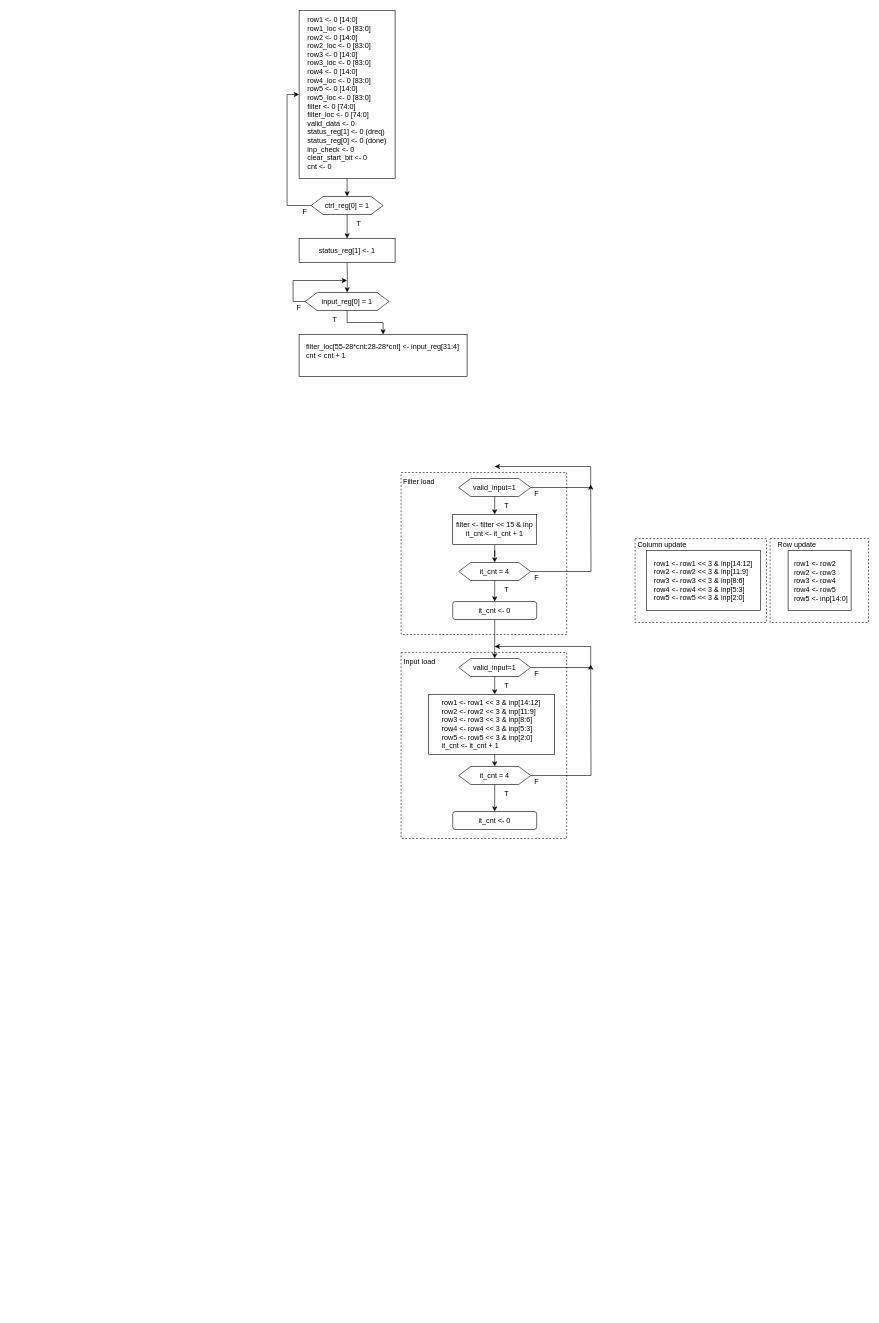
Earlier version of the draw.io diagram page "APB Interface for Convolution ASMD" (6 of 6) of Diagrams.drawio (thevenus/etin35-pulpino). Source tidied: cells renumbered, new cells numbered last; positions are measured from the earlier drawing's top-left corner, leaving out a move shared by most shapes. Both pictures are drawn from the tidied source at 60%, with x=0, y=0 at pixel (293, 10).
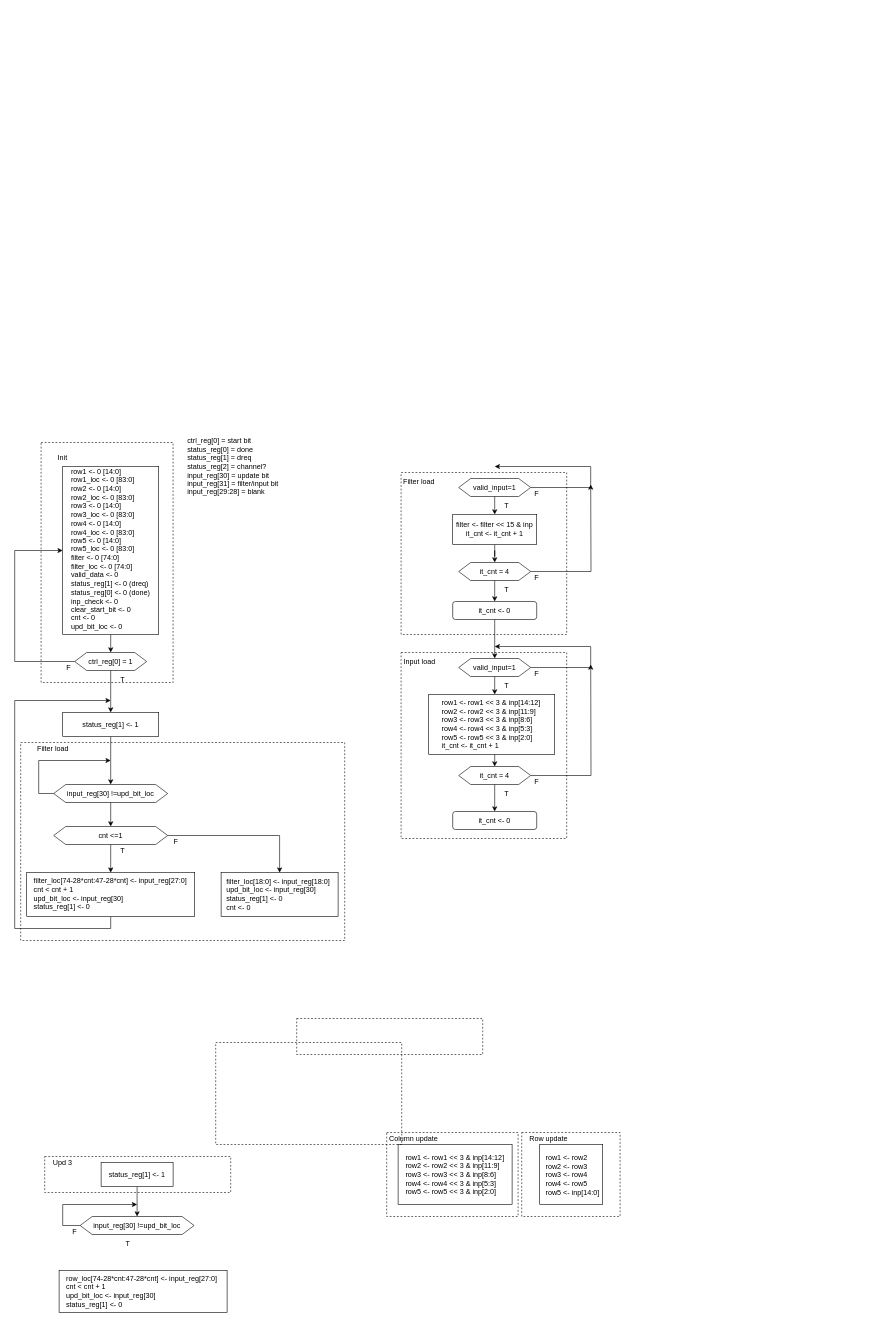
The same page after the edit.

Commit message:
Temporary save of apb interface for conv

Diff of the diagram source:
```diff
@@
     <mxCell id="41" style="rounded=0;whiteSpace=wrap;html=1;" parent="1" vertex="1">
-      <mxGeometry x="589" y="900" width="190" height="100" as="geometry" />
+      <mxGeometry x="175" y="1890" width="190" height="100" as="geometry" />
     </mxCell>
     <mxCell id="42" value="&lt;div align=&quot;left&quot;&gt;row1 &amp;lt;- row1 &amp;lt;&amp;lt; 3 &amp;amp; inp[14:12]&lt;br&gt;&lt;/div&gt;&lt;div&gt;&lt;div align=&quot;left&quot;&gt;row2 &amp;lt;- row2 &amp;lt;&amp;lt; 3 &amp;amp; inp[11:9]&lt;/div&gt;&lt;div align=&quot;left&quot;&gt;&lt;div align=&quot;left&quot;&gt;row3 &amp;lt;- row3 &amp;lt;&amp;lt; 3 &amp;amp; inp[8:6]&lt;/div&gt;&lt;div align=&quot;left&quot;&gt;&lt;div align=&quot;left&quot;&gt;row4 &amp;lt;- row4 &amp;lt;&amp;lt; 3 &amp;amp; inp[5:3]&lt;/div&gt;&lt;div align=&quot;left&quot;&gt;&lt;div align=&quot;left&quot;&gt;row5 &amp;lt;- row5 &amp;lt;&amp;lt; 3 &amp;amp; inp[2:0]&lt;br&gt;&lt;/div&gt;&lt;/div&gt;&lt;/div&gt;&lt;/div&gt;&lt;/div&gt;" style="text;html=1;align=center;verticalAlign=middle;whiteSpace=wrap;rounded=0;" parent="1" vertex="1">
-      <mxGeometry x="594" y="910" width="180" height="80" as="geometry" />
+      <mxGeometry x="180" y="1900" width="180" height="80" as="geometry" />
     </mxCell>
     <mxCell id="43" style="rounded=0;whiteSpace=wrap;html=1;" parent="1" vertex="1">
-      <mxGeometry x="825" y="900" width="105" height="100" as="geometry" />
+      <mxGeometry x="411" y="1890" width="105" height="100" as="geometry" />
     </mxCell>
     <mxCell id="44" value="&lt;div align=&quot;left&quot;&gt;row1 &amp;lt;- row2&lt;br&gt;&lt;/div&gt;&lt;div&gt;&lt;div align=&quot;left&quot;&gt;row2 &amp;lt;- row3&lt;br&gt;&lt;/div&gt;&lt;div align=&quot;left&quot;&gt;&lt;div align=&quot;left&quot;&gt;row3 &amp;lt;- row4&lt;br&gt;&lt;/div&gt;&lt;div align=&quot;left&quot;&gt;&lt;div align=&quot;left&quot;&gt;row4 &amp;lt;- row5&lt;br&gt;&lt;/div&gt;&lt;div align=&quot;left&quot;&gt;&lt;div align=&quot;left&quot;&gt;row5 &amp;lt;- inp[14:0]&lt;br&gt;&lt;/div&gt;&lt;/div&gt;&lt;/div&gt;&lt;/div&gt;&lt;/div&gt;" style="text;html=1;align=center;verticalAlign=middle;whiteSpace=wrap;rounded=0;" parent="1" vertex="1">
-      <mxGeometry x="830" y="910" width="100" height="82.5" as="geometry" />
+      <mxGeometry x="416" y="1900" width="100" height="82.5" as="geometry" />
     </mxCell>
     <mxCell id="45" style="rounded=0;whiteSpace=wrap;html=1;fillColor=none;dashed=1;" parent="1" vertex="1">
-      <mxGeometry x="795" y="880" width="164" height="140" as="geometry" />
+      <mxGeometry x="381" y="1870" width="164" height="140" as="geometry" />
     </mxCell>
     <mxCell id="46" value="Row update" style="text;html=1;align=center;verticalAlign=middle;whiteSpace=wrap;rounded=0;" parent="1" vertex="1">
-      <mxGeometry x="795" y="880" width="90" height="20" as="geometry" />
+      <mxGeometry x="381" y="1870" width="90" height="20" as="geometry" />
     </mxCell>
     <mxCell id="47" style="rounded=0;whiteSpace=wrap;html=1;fillColor=none;dashed=1;" parent="1" vertex="1">
-      <mxGeometry x="570" y="880" width="219" height="140" as="geometry" />
+      <mxGeometry x="156" y="1870" width="219" height="140" as="geometry" />
     </mxCell>
     <mxCell id="48" value="Column update" style="text;html=1;align=center;verticalAlign=middle;whiteSpace=wrap;rounded=0;" parent="1" vertex="1">
-      <mxGeometry x="570" y="890" width="90" as="geometry" />
+      <mxGeometry x="156" y="1880" width="90" as="geometry" />
     </mxCell>
@@
     <mxCell id="50" style="rounded=0;whiteSpace=wrap;html=1;" parent="1" vertex="1">
-      <mxGeometry x="10" width="160" height="280" as="geometry" />
+      <mxGeometry x="-384" y="760" width="160" height="280" as="geometry" />
     </mxCell>
-    <mxCell id="51" value="&lt;div align=&quot;left&quot;&gt;row1 &amp;lt;- 0 [14:0]&lt;/div&gt;&lt;div align=&quot;left&quot;&gt;row1_loc &amp;lt;- 0 [83:0]&lt;/div&gt;&lt;div align=&quot;left&quot;&gt;&lt;div align=&quot;left&quot;&gt;row2 &amp;lt;- 0 [14:0]&lt;/div&gt;&lt;div align=&quot;left&quot;&gt;row2_loc &amp;lt;- 0 [83:0]&lt;br&gt;&lt;div align=&quot;left&quot;&gt;row3 &amp;lt;- 0 [14:0]&lt;/div&gt;&lt;div align=&quot;left&quot;&gt;row3_loc &amp;lt;- 0 [83:0]&lt;/div&gt;&lt;div align=&quot;left&quot;&gt;&lt;div align=&quot;left&quot;&gt;row4 &amp;lt;- 0 [14:0]&lt;/div&gt;&lt;div align=&quot;left&quot;&gt;row4_loc &amp;lt;- 0 [83:0]&lt;/div&gt;&lt;div align=&quot;left&quot;&gt;&lt;div align=&quot;left&quot;&gt;row5 &amp;lt;- 0 [14:0]&lt;/div&gt;&lt;div align=&quot;left&quot;&gt;row5_loc &amp;lt;- 0 [83:0]&lt;/div&gt;&lt;div align=&quot;left&quot;&gt;filter &amp;lt;- 0 [74:0]&lt;/div&gt;&lt;div align=&quot;left&quot;&gt;filter_loc &amp;lt;- 0 [74:0]&lt;/div&gt;&lt;div align=&quot;left&quot;&gt;valid_data &amp;lt;- 0&lt;/div&gt;&lt;div align=&quot;left&quot;&gt;status_reg[1] &amp;lt;- 0 (dreq)&lt;br&gt;&lt;/div&gt;&lt;div align=&quot;left&quot;&gt;status_reg[0] &amp;lt;- 0 (done)&lt;br&gt;&lt;/div&gt;&lt;div align=&quot;left&quot;&gt;inp_check &amp;lt;- 0&lt;/div&gt;&lt;div align=&quot;left&quot;&gt;clear_start_bit &amp;lt;- 0&lt;/div&gt;&lt;div align=&quot;left&quot;&gt;cnt &amp;lt;- 0&lt;br&gt;&lt;/div&gt;&lt;/div&gt;&lt;/div&gt;&lt;/div&gt;&lt;/div&gt;" style="text;html=1;align=center;verticalAlign=middle;whiteSpace=wrap;rounded=0;" parent="1" vertex="1">
-      <mxGeometry x="20" y="5" width="140" height="265" as="geometry" />
+    <mxCell id="51" value="&lt;div align=&quot;left&quot;&gt;row1 &amp;lt;- 0 [14:0]&lt;/div&gt;&lt;div align=&quot;left&quot;&gt;row1_loc &amp;lt;- 0 [83:0]&lt;/div&gt;&lt;div align=&quot;left&quot;&gt;&lt;div align=&quot;left&quot;&gt;row2 &amp;lt;- 0 [14:0]&lt;/div&gt;&lt;div align=&quot;left&quot;&gt;row2_loc &amp;lt;- 0 [83:0]&lt;br&gt;&lt;div align=&quot;left&quot;&gt;row3 &amp;lt;- 0 [14:0]&lt;/div&gt;&lt;div align=&quot;left&quot;&gt;row3_loc &amp;lt;- 0 [83:0]&lt;/div&gt;&lt;div align=&quot;left&quot;&gt;&lt;div align=&quot;left&quot;&gt;row4 &amp;lt;- 0 [14:0]&lt;/div&gt;&lt;div align=&quot;left&quot;&gt;row4_loc &amp;lt;- 0 [83:0]&lt;/div&gt;&lt;div align=&quot;left&quot;&gt;&lt;div align=&quot;left&quot;&gt;row5 &amp;lt;- 0 [14:0]&lt;/div&gt;&lt;div align=&quot;left&quot;&gt;row5_loc &amp;lt;- 0 [83:0]&lt;/div&gt;&lt;div align=&quot;left&quot;&gt;filter &amp;lt;- 0 [74:0]&lt;/div&gt;&lt;div align=&quot;left&quot;&gt;filter_loc &amp;lt;- 0 [74:0]&lt;/div&gt;&lt;div align=&quot;left&quot;&gt;valid_data &amp;lt;- 0&lt;/div&gt;&lt;div align=&quot;left&quot;&gt;status_reg[1] &amp;lt;- 0 (dreq)&lt;br&gt;&lt;/div&gt;&lt;div align=&quot;left&quot;&gt;status_reg[0] &amp;lt;- 0 (done)&lt;br&gt;&lt;/div&gt;&lt;div align=&quot;left&quot;&gt;inp_check &amp;lt;- 0&lt;/div&gt;&lt;div align=&quot;left&quot;&gt;clear_start_bit &amp;lt;- 0&lt;/div&gt;&lt;div align=&quot;left&quot;&gt;cnt &amp;lt;- 0&lt;/div&gt;&lt;div align=&quot;left&quot;&gt;upd_bit_loc &amp;lt;- 0&lt;br&gt;&lt;/div&gt;&lt;/div&gt;&lt;/div&gt;&lt;/div&gt;&lt;/div&gt;" style="text;html=1;align=center;verticalAlign=middle;whiteSpace=wrap;rounded=0;" parent="1" vertex="1">
+      <mxGeometry x="-374" y="765" width="140" height="265" as="geometry" />
     </mxCell>
     <mxCell id="52" style="edgeStyle=orthogonalEdgeStyle;rounded=0;jettySize=auto;html=1;exitX=0;exitY=0.5;exitDx=0;exitDy=0;entryX=0;entryY=0.5;entryDx=0;entryDy=0;" parent="1" edge="1" source="53" target="50">
-      <mxGeometry relative="1" as="geometry" />
+      <mxGeometry relative="1" as="geometry">
+        <Array as="points">
+          <mxPoint x="-464" y="1085" />
+          <mxPoint x="-464" y="900" />
+        </Array>
+      </mxGeometry>
     </mxCell>
     <mxCell id="53" style="shape=hexagon;perimeter=hexagonPerimeter2;whiteSpace=wrap;html=1;fixedSize=1;" parent="1" vertex="1">
-      <mxGeometry x="30" y="310" width="120" height="30" as="geometry" />
+      <mxGeometry x="-364" y="1070" width="120" height="30" as="geometry" />
     </mxCell>
@@
     <mxCell id="55" value="ctrl_reg[0] = 1" style="text;html=1;align=center;verticalAlign=middle;whiteSpace=wrap;rounded=0;" parent="1" vertex="1">
-      <mxGeometry x="50" y="310" width="80" height="30" as="geometry" />
+      <mxGeometry x="-344" y="1070" width="80" height="30" as="geometry" />
     </mxCell>
-    <mxCell id="56" style="edgeStyle=orthogonalEdgeStyle;rounded=0;jettySize=auto;html=1;exitX=0.5;exitY=1;exitDx=0;exitDy=0;" parent="1" edge="1" target="60">
-      <mxGeometry relative="1" as="geometry">
-        <mxPoint x="90" y="420" as="sourcePoint" />
-      </mxGeometry>
-    </mxCell>
-    <mxCell id="57" style="edgeStyle=orthogonalEdgeStyle;rounded=0;jettySize=auto;html=1;exitX=0;exitY=0.5;exitDx=0;exitDy=0;" parent="1" edge="1" source="58">
-      <mxGeometry relative="1" as="geometry">
-        <mxPoint x="90" y="450" as="targetPoint" />
-        <Array as="points">
-          <mxPoint y="485" />
-          <mxPoint y="450" />
-          <mxPoint x="81" y="450" />
-        </Array>
-      </mxGeometry>
-    </mxCell>
+    <mxCell id="69" style="edgeStyle=orthogonalEdgeStyle;rounded=0;jettySize=auto;html=1;exitX=0;exitY=0.5;exitDx=0;exitDy=0;" parent="1" edge="1" source="58">
+      <mxGeometry relative="1" as="geometry">
+        <mxPoint x="-304" y="1250" as="targetPoint" />
+        <Array as="points">
+          <mxPoint x="-424" y="1305" />
+          <mxPoint x="-424" y="1250" />
+        </Array>
+      </mxGeometry>
+    </mxCell>
     <mxCell id="58" style="shape=hexagon;perimeter=hexagonPerimeter2;whiteSpace=wrap;html=1;fixedSize=1;" parent="1" vertex="1">
-      <mxGeometry x="20" y="470" width="140" height="30" as="geometry" />
+      <mxGeometry x="-399" y="1290" width="190" height="30" as="geometry" />
     </mxCell>
-    <mxCell id="59" style="edgeStyle=orthogonalEdgeStyle;rounded=0;jettySize=auto;html=1;exitX=0.5;exitY=1;exitDx=0;exitDy=0;entryX=0.5;entryY=0;entryDx=0;entryDy=0;" parent="1" edge="1" source="60" target="61">
-      <mxGeometry relative="1" as="geometry" />
-    </mxCell>
+    <mxCell id="70" style="edgeStyle=orthogonalEdgeStyle;rounded=0;jettySize=auto;html=1;exitX=0.5;exitY=1;exitDx=0;exitDy=0;entryX=0.5;entryY=0;entryDx=0;entryDy=0;" parent="1" edge="1" source="60" target="97">
+      <mxGeometry relative="1" as="geometry" />
+    </mxCell>
-    <mxCell id="60" value="input_reg[0] = 1" style="text;html=1;align=center;verticalAlign=middle;whiteSpace=wrap;rounded=0;" parent="1" vertex="1">
-      <mxGeometry x="40" y="470" width="100" height="30" as="geometry" />
+    <mxCell id="60" value="input_reg[30] !=upd_bit_loc " style="text;html=1;align=center;verticalAlign=middle;whiteSpace=wrap;rounded=0;" parent="1" vertex="1">
+      <mxGeometry x="-379" y="1290" width="150" height="30" as="geometry" />
     </mxCell>
+    <mxCell id="71" style="edgeStyle=orthogonalEdgeStyle;rounded=0;jettySize=auto;html=1;exitX=0.5;exitY=1;exitDx=0;exitDy=0;" parent="1" edge="1" source="61">
+      <mxGeometry relative="1" as="geometry">
+        <mxPoint x="-304" y="1150" as="targetPoint" />
+        <Array as="points">
+          <mxPoint x="-304" y="1530" />
+          <mxPoint x="-464" y="1530" />
+          <mxPoint x="-464" y="1150" />
+        </Array>
+      </mxGeometry>
+    </mxCell>
     <mxCell id="61" style="rounded=0;whiteSpace=wrap;html=1;" parent="1" vertex="1">
-      <mxGeometry x="10" y="540" width="280" height="70" as="geometry" />
+      <mxGeometry x="-444" y="1436.9" width="280" height="73.1" as="geometry" />
     </mxCell>
+    <mxCell id="72" style="edgeStyle=orthogonalEdgeStyle;rounded=0;jettySize=auto;html=1;exitX=0.5;exitY=1;exitDx=0;exitDy=0;entryX=0.5;entryY=0;entryDx=0;entryDy=0;" parent="1" edge="1" source="62" target="60">
+      <mxGeometry relative="1" as="geometry" />
+    </mxCell>
     <mxCell id="62" style="rounded=0;whiteSpace=wrap;html=1;" parent="1" vertex="1">
-      <mxGeometry x="10" y="380" width="160" height="40" as="geometry" />
+      <mxGeometry x="-384" y="1170" width="160" height="40" as="geometry" />
     </mxCell>
     <mxCell id="63" value="status_reg[1] &amp;lt;- 1" style="text;html=1;align=center;verticalAlign=middle;whiteSpace=wrap;rounded=0;" parent="1" vertex="1">
-      <mxGeometry x="20" y="385" width="140" height="30" as="geometry" />
+      <mxGeometry x="-374" y="1175" width="140" height="30" as="geometry" />
     </mxCell>
-    <mxCell id="64" value="&lt;div align=&quot;left&quot;&gt;filter_loc[55-28*cnt:28-28*cnt] &amp;lt;- input_reg[31:4]&lt;/div&gt;&lt;div align=&quot;left&quot;&gt;cnt &amp;lt; cnt + 1&lt;/div&gt;" style="text;html=1;align=left;verticalAlign=middle;whiteSpace=wrap;rounded=0;" parent="1" vertex="1">
-      <mxGeometry x="20" y="545" width="260" height="45" as="geometry" />
+    <mxCell id="64" value="&lt;div align=&quot;left&quot;&gt;filter_loc[74-28*cnt:47-28*cnt] &amp;lt;- input_reg[27:0]&lt;/div&gt;&lt;div align=&quot;left&quot;&gt;cnt &amp;lt; cnt + 1&lt;/div&gt;&lt;div align=&quot;left&quot;&gt;upd_bit_loc &amp;lt;- input_reg[30]&lt;/div&gt;&lt;div align=&quot;left&quot;&gt;status_reg[1] &amp;lt;- 0&lt;br&gt;&lt;/div&gt;" style="text;html=1;align=left;verticalAlign=middle;whiteSpace=wrap;rounded=0;" parent="1" vertex="1">
+      <mxGeometry x="-434" y="1443.8" width="260" height="56.2" as="geometry" />
     </mxCell>
     <mxCell id="65" value="T" style="text;html=1;align=center;verticalAlign=middle;whiteSpace=wrap;rounded=0;" parent="1" vertex="1">
-      <mxGeometry x="100" y="350" width="20" height="10" as="geometry" />
+      <mxGeometry x="-294" y="1110" width="20" height="10" as="geometry" />
     </mxCell>
     <mxCell id="66" value="F" style="text;html=1;align=center;verticalAlign=middle;whiteSpace=wrap;rounded=0;" parent="1" vertex="1">
-      <mxGeometry x="10" y="330" width="20" height="10" as="geometry" />
+      <mxGeometry x="-384" y="1090" width="20" height="10" as="geometry" />
     </mxCell>
     <mxCell id="67" value="F" style="text;html=1;align=center;verticalAlign=middle;whiteSpace=wrap;rounded=0;" parent="1" vertex="1">
-      <mxGeometry y="490" width="20" height="10" as="geometry" />
+      <mxGeometry x="-205" y="1380" width="20" height="10" as="geometry" />
     </mxCell>
     <mxCell id="68" value="T" style="text;html=1;align=center;verticalAlign=middle;whiteSpace=wrap;rounded=0;" parent="1" vertex="1">
-      <mxGeometry x="60" y="510" width="20" height="10" as="geometry" />
+      <mxGeometry x="-294" y="1395" width="20" height="10" as="geometry" />
     </mxCell>
+    <mxCell id="73" value="&lt;div align=&quot;left&quot;&gt;ctrl_reg[0] = start bit&lt;/div&gt;&lt;div align=&quot;left&quot;&gt;status_reg[0] = done&lt;/div&gt;&lt;div align=&quot;left&quot;&gt;status_reg[1] = dreq&lt;/div&gt;&lt;div align=&quot;left&quot;&gt;status_reg[2] = channel?&lt;br&gt;&lt;/div&gt;&lt;div align=&quot;left&quot;&gt;input_reg[30] = update bit&lt;/div&gt;&lt;div align=&quot;left&quot;&gt;input_reg[31] = filter/input bit&lt;/div&gt;&lt;div align=&quot;left&quot;&gt;input_reg[29:28] = blank&lt;br&gt;&lt;/div&gt;" style="text;html=1;align=left;verticalAlign=middle;whiteSpace=wrap;rounded=0;" parent="1" vertex="1">
+      <mxGeometry x="-178" y="710" width="264" height="100" as="geometry" />
+    </mxCell>
+    <mxCell id="74" style="rounded=0;whiteSpace=wrap;html=1;fillColor=none;dashed=1;" parent="1" vertex="1">
+      <mxGeometry x="-420" y="720" width="220" height="400" as="geometry" />
+    </mxCell>
+    <mxCell id="75" style="rounded=0;whiteSpace=wrap;html=1;fillColor=none;dashed=1;" parent="1" vertex="1">
+      <mxGeometry x="-454" y="1220" width="540" height="330" as="geometry" />
+    </mxCell>
+    <mxCell id="76" style="rounded=0;whiteSpace=wrap;html=1;fillColor=none;dashed=1;" parent="1" vertex="1">
+      <mxGeometry x="6" y="1680" width="310" height="60" as="geometry" />
+    </mxCell>
+    <mxCell id="77" style="rounded=0;whiteSpace=wrap;html=1;" parent="1" vertex="1">
+      <mxGeometry x="-120" y="1436.9" width="195" height="73.1" as="geometry" />
+    </mxCell>
+    <mxCell id="78" value="&lt;div align=&quot;left&quot;&gt;filter_loc[18:0] &amp;lt;- input_reg[18:0]&lt;/div&gt;&lt;div align=&quot;left&quot;&gt;upd_bit_loc &amp;lt;- input_reg[30]&lt;/div&gt;&lt;div align=&quot;left&quot;&gt;status_reg[1] &amp;lt;- 0&lt;br&gt;&lt;/div&gt;&lt;div&gt;cnt &amp;lt;- 0&lt;br&gt;&lt;/div&gt;" style="text;html=1;align=left;verticalAlign=middle;whiteSpace=wrap;rounded=0;" parent="1" vertex="1">
+      <mxGeometry x="-113.2" y="1445.3" width="183.5" height="54.7" as="geometry" />
+    </mxCell>
+    <mxCell id="79" style="edgeStyle=orthogonalEdgeStyle;rounded=0;jettySize=auto;html=1;exitX=0.5;exitY=1;exitDx=0;exitDy=0;entryX=0.5;entryY=0;entryDx=0;entryDy=0;" parent="1" edge="1" source="80" target="84">
+      <mxGeometry relative="1" as="geometry" />
+    </mxCell>
+    <mxCell id="80" style="rounded=0;whiteSpace=wrap;html=1;" parent="1" vertex="1">
+      <mxGeometry x="-320" y="1920" width="120" height="40" as="geometry" />
+    </mxCell>
+    <mxCell id="81" value="status_reg[1] &amp;lt;- 1" style="text;html=1;align=center;verticalAlign=middle;whiteSpace=wrap;rounded=0;" parent="1" vertex="1">
+      <mxGeometry x="-315" y="1925" width="110" height="30" as="geometry" />
+    </mxCell>
+    <mxCell id="82" style="edgeStyle=orthogonalEdgeStyle;rounded=0;jettySize=auto;html=1;exitX=0;exitY=0.5;exitDx=0;exitDy=0;" parent="1" edge="1" source="83">
+      <mxGeometry relative="1" as="geometry">
+        <mxPoint x="-260" y="1990" as="targetPoint" />
+        <Array as="points">
+          <mxPoint x="-384" y="2025" />
+          <mxPoint x="-384" y="1990" />
+        </Array>
+      </mxGeometry>
+    </mxCell>
+    <mxCell id="83" style="shape=hexagon;perimeter=hexagonPerimeter2;whiteSpace=wrap;html=1;fixedSize=1;" parent="1" vertex="1">
+      <mxGeometry x="-355" y="2010" width="190" height="30" as="geometry" />
+    </mxCell>
+    <mxCell id="84" value="input_reg[30] !=upd_bit_loc " style="text;html=1;align=center;verticalAlign=middle;whiteSpace=wrap;rounded=0;" parent="1" vertex="1">
+      <mxGeometry x="-335" y="2010" width="150" height="30" as="geometry" />
+    </mxCell>
+    <mxCell id="85" value="F" style="text;html=1;align=center;verticalAlign=middle;whiteSpace=wrap;rounded=0;" parent="1" vertex="1">
+      <mxGeometry x="-374.5" y="2030" width="20" height="10" as="geometry" />
+    </mxCell>
+    <mxCell id="86" value="T" style="text;html=1;align=center;verticalAlign=middle;whiteSpace=wrap;rounded=0;" parent="1" vertex="1">
+      <mxGeometry x="-285.5" y="2050" width="20" height="10" as="geometry" />
+    </mxCell>
+    <mxCell id="87" style="rounded=0;whiteSpace=wrap;html=1;fillColor=none;dashed=1;" parent="1" vertex="1">
+      <mxGeometry x="-129" y="1720" width="310" height="170" as="geometry" />
+    </mxCell>
+    <mxCell id="88" style="rounded=0;whiteSpace=wrap;html=1;fillColor=none;dashed=1;" parent="1" vertex="1">
+      <mxGeometry x="-414" y="1910" width="310" height="60" as="geometry" />
+    </mxCell>
+    <mxCell id="89" value="Init" style="text;html=1;align=center;verticalAlign=middle;whiteSpace=wrap;rounded=0;" parent="1" vertex="1">
+      <mxGeometry x="-414" y="730" width="60" height="30" as="geometry" />
+    </mxCell>
+    <mxCell id="90" value="Filter load" style="text;html=1;align=center;verticalAlign=middle;whiteSpace=wrap;rounded=0;" parent="1" vertex="1">
+      <mxGeometry x="-445" y="1220" width="90" height="20" as="geometry" />
+    </mxCell>
+    <mxCell id="91" value="Upd 3" style="text;html=1;align=center;verticalAlign=middle;whiteSpace=wrap;rounded=0;" parent="1" vertex="1">
+      <mxGeometry x="-414" y="1910" width="60" height="20" as="geometry" />
+    </mxCell>
+    <mxCell id="92" style="rounded=0;whiteSpace=wrap;html=1;" parent="1" vertex="1">
+      <mxGeometry x="-390" y="2100" width="280" height="70" as="geometry" />
+    </mxCell>
+    <mxCell id="93" value="&lt;div align=&quot;left&quot;&gt;row_loc[74-28*cnt:47-28*cnt] &amp;lt;- input_reg[27:0]&lt;/div&gt;&lt;div align=&quot;left&quot;&gt;cnt &amp;lt; cnt + 1&lt;/div&gt;&lt;div align=&quot;left&quot;&gt;upd_bit_loc &amp;lt;- input_reg[30]&lt;/div&gt;&lt;div align=&quot;left&quot;&gt;status_reg[1] &amp;lt;- 0&lt;br&gt;&lt;/div&gt;" style="text;html=1;align=left;verticalAlign=middle;whiteSpace=wrap;rounded=0;" parent="1" vertex="1">
+      <mxGeometry x="-380" y="2106.9" width="260" height="56.2" as="geometry" />
+    </mxCell>
+    <mxCell id="94" style="edgeStyle=orthogonalEdgeStyle;rounded=0;jettySize=auto;html=1;exitX=1;exitY=0.5;exitDx=0;exitDy=0;entryX=0.5;entryY=0;entryDx=0;entryDy=0;" parent="1" edge="1" source="95" target="77">
+      <mxGeometry relative="1" as="geometry">
+        <Array as="points">
+          <mxPoint x="-22" y="1375" />
+        </Array>
+      </mxGeometry>
+    </mxCell>
+    <mxCell id="95" style="shape=hexagon;perimeter=hexagonPerimeter2;whiteSpace=wrap;html=1;fixedSize=1;" parent="1" vertex="1">
+      <mxGeometry x="-399" y="1360" width="190" height="30" as="geometry" />
+    </mxCell>
+    <mxCell id="96" style="edgeStyle=orthogonalEdgeStyle;rounded=0;jettySize=auto;html=1;exitX=0.5;exitY=1;exitDx=0;exitDy=0;entryX=0.5;entryY=0;entryDx=0;entryDy=0;" parent="1" edge="1" source="97" target="61">
+      <mxGeometry relative="1" as="geometry" />
+    </mxCell>
+    <mxCell id="97" value="cnt &amp;lt;=1" style="text;html=1;align=center;verticalAlign=middle;whiteSpace=wrap;rounded=0;" parent="1" vertex="1">
+      <mxGeometry x="-379" y="1360" width="150" height="30" as="geometry" />
+    </mxCell>
```
